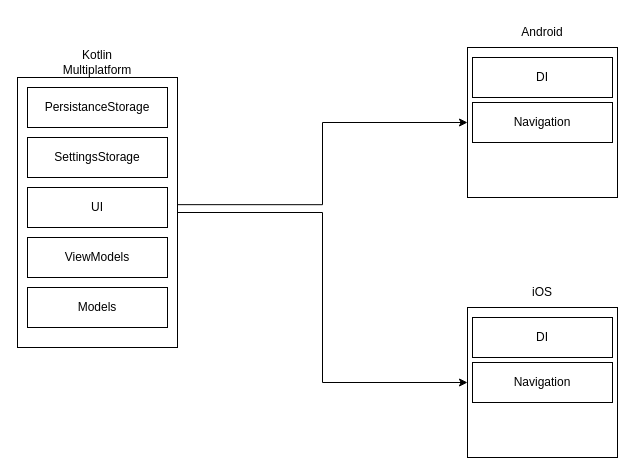
Nikolaiko/instagram-text-checker keeps this draw.io diagram as schema/Схема.drawio. Above is the earlier version. Source tidied: cells renumbered, new cells numbered last; positions are measured from the earlier drawing's top-left corner, leaving out a move shared by most shapes. Both pictures are drawn from the tidied source at 100%, with x=0, y=0 at pixel (17, 17).
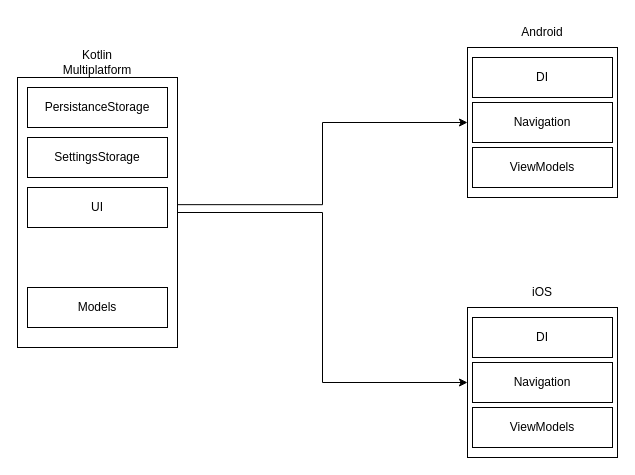
After the change.

Change to the diagram source:
```diff
@@
 <mxGraphModel>
   <root>
     <mxCell id="0" />
     <mxCell id="1" parent="0" />
     <mxCell id="2" value="Kotlin Multiplatform" style="text;html=1;align=center;verticalAlign=middle;whiteSpace=wrap;rounded=0;" parent="1" vertex="1">
       <mxGeometry x="30" y="30" width="100" height="30" as="geometry" />
     </mxCell>
     <mxCell id="3" style="whiteSpace=wrap;html=1;" parent="1" vertex="1">
       <mxGeometry y="60" width="160" height="270" as="geometry" />
     </mxCell>
     <mxCell id="4" value="PersistanceStorage" style="rounded=0;whiteSpace=wrap;html=1;" parent="1" vertex="1">
       <mxGeometry x="10" y="70" width="140" height="40" as="geometry" />
     </mxCell>
     <mxCell id="5" value="SettingsStorage" style="rounded=0;whiteSpace=wrap;html=1;" parent="1" vertex="1">
       <mxGeometry x="10" y="120" width="140" height="40" as="geometry" />
     </mxCell>
     <mxCell id="6" value="UI" style="rounded=0;whiteSpace=wrap;html=1;" parent="1" vertex="1">
       <mxGeometry x="10" y="170" width="140" height="40" as="geometry" />
     </mxCell>
     <mxCell id="7" style="whiteSpace=wrap;html=1;" parent="1" vertex="1">
       <mxGeometry x="450" y="290" width="150" height="150" as="geometry" />
     </mxCell>
     <mxCell id="8" value="iOS" style="text;html=1;align=center;verticalAlign=middle;whiteSpace=wrap;rounded=0;" parent="1" vertex="1">
       <mxGeometry x="475" y="260" width="100" height="30" as="geometry" />
     </mxCell>
     <mxCell id="9" style="whiteSpace=wrap;html=1;" parent="1" vertex="1">
       <mxGeometry x="450" y="30" width="150" height="150" as="geometry" />
     </mxCell>
     <mxCell id="10" value="Android" style="text;html=1;align=center;verticalAlign=middle;whiteSpace=wrap;rounded=0;" parent="1" vertex="1">
       <mxGeometry x="475" width="100" height="30" as="geometry" />
     </mxCell>
     <mxCell id="11" value="DI" style="rounded=0;whiteSpace=wrap;html=1;" parent="1" vertex="1">
       <mxGeometry x="455" y="300" width="140" height="40" as="geometry" />
     </mxCell>
     <mxCell id="12" value="DI" style="rounded=0;whiteSpace=wrap;html=1;" parent="1" vertex="1">
       <mxGeometry x="455" y="40" width="140" height="40" as="geometry" />
     </mxCell>
-    <mxCell id="13" value="ViewModels" style="rounded=0;whiteSpace=wrap;html=1;" parent="1" vertex="1">
-      <mxGeometry x="10" y="220" width="140" height="40" as="geometry" />
-    </mxCell>
     <mxCell id="14" value="Navigation" style="rounded=0;whiteSpace=wrap;html=1;" parent="1" vertex="1">
       <mxGeometry x="455" y="345" width="140" height="40" as="geometry" />
     </mxCell>
     <mxCell id="15" value="Navigation" style="rounded=0;whiteSpace=wrap;html=1;" parent="1" vertex="1">
       <mxGeometry x="455" y="85" width="140" height="40" as="geometry" />
     </mxCell>
     <mxCell id="16" style="endArrow=classic;html=1;rounded=0;exitX=1;exitY=0.471;exitDx=0;exitDy=0;exitPerimeter=0;entryX=0;entryY=0.5;entryDx=0;entryDy=0;edgeStyle=orthogonalEdgeStyle;" parent="1" edge="1" source="3" target="9">
       <mxGeometry relative="1" as="geometry" />
     </mxCell>
     <mxCell id="17" style="endArrow=classic;html=1;rounded=0;exitX=1;exitY=0.5;exitDx=0;exitDy=0;entryX=0;entryY=0.5;entryDx=0;entryDy=0;edgeStyle=orthogonalEdgeStyle;" parent="1" edge="1" source="3" target="7">
       <mxGeometry relative="1" as="geometry" />
     </mxCell>
     <mxCell id="18" value="Models" style="rounded=0;whiteSpace=wrap;html=1;" parent="1" vertex="1">
       <mxGeometry x="10" y="270" width="140" height="40" as="geometry" />
     </mxCell>
+    <mxCell id="19" value="ViewModels" style="rounded=0;whiteSpace=wrap;html=1;" parent="1" vertex="1">
+      <mxGeometry x="455" y="130" width="140" height="40" as="geometry" />
+    </mxCell>
+    <mxCell id="20" value="ViewModels" style="rounded=0;whiteSpace=wrap;html=1;" parent="1" vertex="1">
+      <mxGeometry x="455" y="390" width="140" height="40" as="geometry" />
+    </mxCell>
   </root>
 </mxGraphModel>
```
